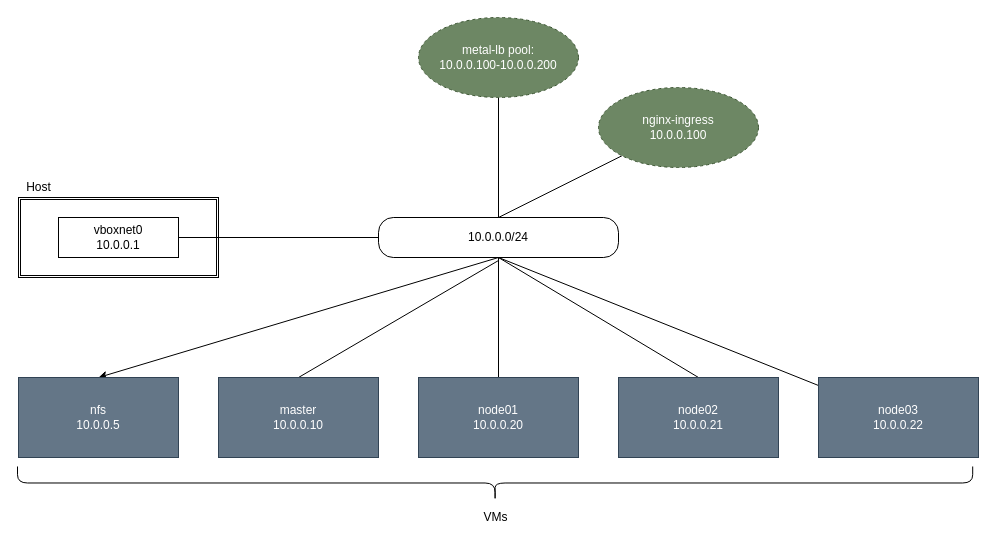
Earlier version of the draw.io diagram scheme/localk8s.drawio (fl64/localk8s). Source tidied: cells renumbered, new cells numbered last; positions are measured from the earlier drawing's top-left corner, leaving out a move shared by most shapes. Both pictures are drawn from the tidied source at 100%, with x=0, y=0 at pixel (18, 6).
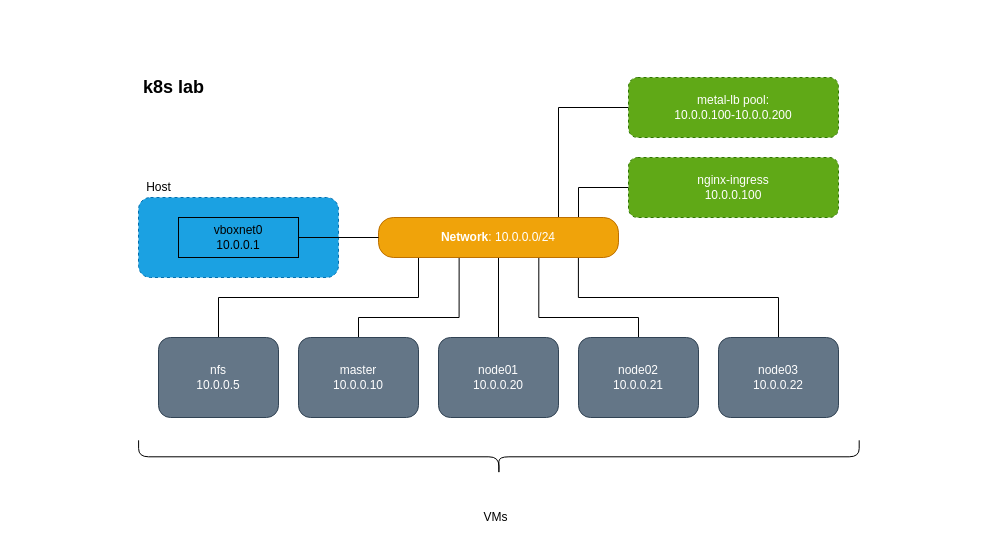
After the change.

What changed in the source:
```diff
@@
-    <mxCell id="2" style="shape=ext;double=1;rounded=0;whiteSpace=wrap;html=1;" parent="1" vertex="1">
-      <mxGeometry y="191" width="200" height="80" as="geometry" />
+    <mxCell id="2" style="shape=ext;double=0;rounded=1;whiteSpace=wrap;html=1;dashed=1;fillColor=#1ba1e2;strokeColor=#006EAF;fontColor=#ffffff;" parent="1" vertex="1">
+      <mxGeometry x="120" y="191" width="200" height="80" as="geometry" />
     </mxCell>
-    <mxCell id="3" style="rounded=0;jettySize=auto;html=1;exitX=0.5;exitY=0;exitDx=0;exitDy=0;endArrow=none;endFill=0;" parent="1" edge="1" source="4">
+    <mxCell id="3" style="rounded=0;jettySize=auto;html=1;exitX=0.5;exitY=0;exitDx=0;exitDy=0;endArrow=none;endFill=0;edgeStyle=orthogonalEdgeStyle;entryX=0.336;entryY=1.007;entryDx=0;entryDy=0;entryPerimeter=0;" parent="1" edge="1" source="4" target="12">
       <mxGeometry relative="1" as="geometry">
-        <mxPoint x="480" y="254" as="targetPoint" />
+        <Array as="points">
+          <mxPoint x="340" y="311" />
+          <mxPoint x="441" y="311" />
+          <mxPoint x="441" y="251" />
+        </Array>
       </mxGeometry>
     </mxCell>
-    <mxCell id="4" value="master&lt;br&gt;10.0.0.10" style="rounded=0;whiteSpace=wrap;html=1;fillColor=#647687;strokeColor=#314354;fontColor=#ffffff;" parent="1" vertex="1">
-      <mxGeometry x="200" y="371" width="160" height="80" as="geometry" />
+    <mxCell id="4" value="master&lt;br&gt;10.0.0.10" style="rounded=1;whiteSpace=wrap;html=1;fillColor=#647687;strokeColor=#314354;fontColor=#ffffff;" parent="1" vertex="1">
+      <mxGeometry x="280" y="331" width="120" height="80" as="geometry" />
     </mxCell>
-    <mxCell id="5" style="rounded=0;jettySize=auto;html=1;exitX=0.5;exitY=0;exitDx=0;exitDy=0;entryX=0.5;entryY=1;entryDx=0;entryDy=0;endArrow=none;endFill=0;" parent="1" edge="1" source="6" target="12">
+    <mxCell id="5" style="rounded=0;jettySize=auto;html=1;exitX=0.5;exitY=0;exitDx=0;exitDy=0;entryX=0.5;entryY=1;entryDx=0;entryDy=0;endArrow=none;endFill=0;edgeStyle=orthogonalEdgeStyle;" parent="1" edge="1" source="6" target="12">
       <mxGeometry relative="1" as="geometry" />
     </mxCell>
-    <mxCell id="6" value="node01&lt;br&gt;10.0.0.20" style="rounded=0;whiteSpace=wrap;html=1;fillColor=#647687;strokeColor=#314354;fontColor=#ffffff;" parent="1" vertex="1">
-      <mxGeometry x="400" y="371" width="160" height="80" as="geometry" />
+    <mxCell id="6" value="node01&lt;br&gt;10.0.0.20" style="rounded=1;whiteSpace=wrap;html=1;fillColor=#647687;strokeColor=#314354;fontColor=#ffffff;" parent="1" vertex="1">
+      <mxGeometry x="420" y="331" width="120" height="80" as="geometry" />
     </mxCell>
-    <mxCell id="7" style="rounded=0;jettySize=auto;html=1;exitX=0.5;exitY=0;exitDx=0;exitDy=0;endArrow=none;endFill=0;entryX=0.5;entryY=1;entryDx=0;entryDy=0;" parent="1" edge="1" source="8" target="12">
-      <mxGeometry relative="1" as="geometry" />
+    <mxCell id="7" style="rounded=0;jettySize=auto;html=1;exitX=0.5;exitY=0;exitDx=0;exitDy=0;endArrow=none;endFill=0;entryX=0.668;entryY=1;entryDx=0;entryDy=0;edgeStyle=orthogonalEdgeStyle;entryPerimeter=0;" parent="1" edge="1" source="8" target="12">
+      <mxGeometry relative="1" as="geometry">
+        <Array as="points">
+          <mxPoint x="620" y="311" />
+          <mxPoint x="520" y="311" />
+        </Array>
+      </mxGeometry>
     </mxCell>
-    <mxCell id="8" value="node02&lt;br&gt;10.0.0.21" style="rounded=0;whiteSpace=wrap;html=1;fillColor=#647687;strokeColor=#314354;fontColor=#ffffff;" parent="1" vertex="1">
-      <mxGeometry x="600" y="371" width="160" height="80" as="geometry" />
+    <mxCell id="8" value="node02&lt;br&gt;10.0.0.21" style="rounded=1;whiteSpace=wrap;html=1;fillColor=#647687;strokeColor=#314354;fontColor=#ffffff;" parent="1" vertex="1">
+      <mxGeometry x="560" y="331" width="120" height="80" as="geometry" />
     </mxCell>
-    <mxCell id="9" style="rounded=0;jettySize=auto;html=1;exitX=0.5;exitY=1;exitDx=0;exitDy=0;entryX=0.5;entryY=0;entryDx=0;entryDy=0;" parent="1" edge="1" source="12" target="18">
-      <mxGeometry relative="1" as="geometry" />
+    <mxCell id="9" style="rounded=0;jettySize=auto;html=1;exitX=0.5;exitY=1;exitDx=0;exitDy=0;entryX=0.5;entryY=0;entryDx=0;entryDy=0;edgeStyle=orthogonalEdgeStyle;endArrow=none;endFill=0;" parent="1" edge="1" source="12" target="18">
+      <mxGeometry relative="1" as="geometry">
+        <Array as="points">
+          <mxPoint x="400" y="251" />
+          <mxPoint x="400" y="291" />
+          <mxPoint x="200" y="291" />
+        </Array>
+      </mxGeometry>
     </mxCell>
+    <mxCell id="11" style="rounded=0;jettySize=auto;html=1;exitX=0.833;exitY=0.997;exitDx=0;exitDy=0;endArrow=none;endFill=0;edgeStyle=orthogonalEdgeStyle;exitPerimeter=0;" parent="1" edge="1" source="12" target="22">
+      <mxGeometry relative="1" as="geometry">
+        <Array as="points">
+          <mxPoint x="560" y="291" />
+          <mxPoint x="760" y="291" />
+        </Array>
+      </mxGeometry>
+    </mxCell>
+    <mxCell id="23" style="edgeStyle=orthogonalEdgeStyle;rounded=0;jettySize=auto;html=1;exitX=0.75;exitY=0;exitDx=0;exitDy=0;entryX=0;entryY=0.5;entryDx=0;entryDy=0;endArrow=none;endFill=0;" parent="1" edge="1" source="12" target="16">
+      <mxGeometry relative="1" as="geometry" />
+    </mxCell>
-    <mxCell id="10" style="rounded=0;jettySize=auto;html=1;exitX=0.5;exitY=0;exitDx=0;exitDy=0;entryX=0;entryY=1;entryDx=0;entryDy=0;endArrow=none;endFill=0;" parent="1" edge="1" source="12" target="19">
-      <mxGeometry relative="1" as="geometry" />
+    <mxCell id="10" style="edgeStyle=orthogonalEdgeStyle;rounded=0;jettySize=auto;html=1;exitX=0.75;exitY=0;exitDx=0;exitDy=0;entryX=0;entryY=0.5;entryDx=0;entryDy=0;endArrow=none;endFill=0;" parent="1" edge="1" source="12" target="19">
+      <mxGeometry relative="1" as="geometry">
+        <Array as="points">
+          <mxPoint x="560" y="211" />
+          <mxPoint x="560" y="181" />
+        </Array>
+      </mxGeometry>
     </mxCell>
-    <mxCell id="11" style="rounded=0;jettySize=auto;html=1;exitX=0.5;exitY=1;exitDx=0;exitDy=0;endArrow=none;endFill=0;" parent="1" edge="1" source="12" target="22">
-      <mxGeometry relative="1" as="geometry" />
-    </mxCell>
-    <mxCell id="12" value="10.0.0.0/24" style="rounded=1;whiteSpace=wrap;html=1;arcSize=37;" parent="1" vertex="1">
+    <mxCell id="12" value="&lt;b&gt;Network&lt;/b&gt;: 10.0.0.0/24" style="rounded=1;whiteSpace=wrap;html=1;arcSize=37;fillColor=#f0a30a;strokeColor=#BD7000;fontColor=#ffffff;" parent="1" vertex="1">
       <mxGeometry x="360" y="211" width="240" height="40" as="geometry" />
     </mxCell>
@@
-    <mxCell id="14" value="vboxnet0&lt;br&gt;10.0.0.1" style="rounded=0;whiteSpace=wrap;html=1;" parent="1" vertex="1">
-      <mxGeometry x="40" y="211" width="120" height="40" as="geometry" />
+    <mxCell id="14" value="vboxnet0&lt;br&gt;10.0.0.1" style="rounded=0;whiteSpace=wrap;html=1;fillColor=none;" parent="1" vertex="1">
+      <mxGeometry x="160" y="211" width="120" height="40" as="geometry" />
     </mxCell>
-    <mxCell id="15" style="rounded=0;jettySize=auto;html=1;exitX=0.5;exitY=1;exitDx=0;exitDy=0;entryX=0.5;entryY=0;entryDx=0;entryDy=0;startArrow=none;startFill=0;endArrow=none;endFill=0;" parent="1" edge="1" source="16" target="12">
-      <mxGeometry relative="1" as="geometry" />
-    </mxCell>
-    <mxCell id="16" value="metal-lb pool:&lt;br&gt;10.0.0.100-10.0.0.200" style="ellipse;whiteSpace=wrap;html=1;dashed=1;fillColor=#6d8764;strokeColor=#3A5431;fontColor=#ffffff;" parent="1" vertex="1">
-      <mxGeometry x="400" y="11" width="160" height="80" as="geometry" />
-    </mxCell>
     <mxCell id="17" value="Host" style="text;html=1;align=center;verticalAlign=middle;" parent="1" vertex="1">
-      <mxGeometry y="171" width="40" height="20" as="geometry" />
+      <mxGeometry x="120" y="171" width="40" height="20" as="geometry" />
     </mxCell>
-    <mxCell id="18" value="nfs&lt;br&gt;10.0.0.5" style="rounded=0;whiteSpace=wrap;html=1;fillColor=#647687;strokeColor=#314354;fontColor=#ffffff;" parent="1" vertex="1">
-      <mxGeometry y="371" width="160" height="80" as="geometry" />
+    <mxCell id="18" value="nfs&lt;br&gt;10.0.0.5" style="rounded=1;whiteSpace=wrap;html=1;fillColor=#647687;strokeColor=#314354;fontColor=#ffffff;" parent="1" vertex="1">
+      <mxGeometry x="140" y="331" width="120" height="80" as="geometry" />
     </mxCell>
-    <mxCell id="19" value="nginx-ingress&lt;br&gt;10.0.0.100" style="ellipse;whiteSpace=wrap;html=1;dashed=1;fillColor=#6d8764;strokeColor=#3A5431;fontColor=#ffffff;" parent="1" vertex="1">
-      <mxGeometry x="580" y="81" width="160" height="80" as="geometry" />
-    </mxCell>
     <mxCell id="20" style="shape=curlyBracket;whiteSpace=wrap;html=1;rounded=1;rotation=-90;size=0.5285714285714286;" parent="1" vertex="1">
-      <mxGeometry x="459.1" y="-0.1" width="35" height="955.2" as="geometry" />
+      <mxGeometry x="462.9" y="91" width="35" height="720.6" as="geometry" />
     </mxCell>
@@
-    <mxCell id="22" value="node03&lt;br&gt;10.0.0.22" style="rounded=0;whiteSpace=wrap;html=1;fillColor=#647687;strokeColor=#314354;fontColor=#ffffff;" parent="1" vertex="1">
-      <mxGeometry x="800" y="371" width="160" height="80" as="geometry" />
+    <mxCell id="22" value="node03&lt;br&gt;10.0.0.22" style="rounded=1;whiteSpace=wrap;html=1;fillColor=#647687;strokeColor=#314354;fontColor=#ffffff;" parent="1" vertex="1">
+      <mxGeometry x="700" y="331" width="120" height="80" as="geometry" />
     </mxCell>
+    <mxCell id="16" value="&lt;span style=&quot;color: rgb(255 , 255 , 255)&quot;&gt;metal-lb pool:&lt;/span&gt;&lt;br style=&quot;color: rgb(255 , 255 , 255)&quot;&gt;&lt;span style=&quot;color: rgb(255 , 255 , 255)&quot;&gt;10.0.0.100-10.0.0.200&lt;/span&gt;" style="rounded=1;whiteSpace=wrap;html=1;dashed=1;fillColor=#60a917;strokeColor=#2D7600;fontColor=#ffffff;" parent="1" vertex="1">
+      <mxGeometry x="610" y="71" width="210" height="60" as="geometry" />
+    </mxCell>
+    <mxCell id="19" value="&lt;span style=&quot;color: rgb(255 , 255 , 255)&quot;&gt;nginx-ingress&lt;/span&gt;&lt;br style=&quot;color: rgb(255 , 255 , 255)&quot;&gt;&lt;span style=&quot;color: rgb(255 , 255 , 255)&quot;&gt;10.0.0.100&lt;/span&gt;" style="rounded=1;whiteSpace=wrap;html=1;dashed=1;fillColor=#60a917;strokeColor=#2D7600;fontColor=#ffffff;" parent="1" vertex="1">
+      <mxGeometry x="610" y="151" width="210" height="60" as="geometry" />
+    </mxCell>
+    <mxCell id="24" value="&lt;font style=&quot;font-size: 18px&quot;&gt;k8s lab&lt;/font&gt;" style="text;html=1;align=center;verticalAlign=middle;fontStyle=1;" parent="1" vertex="1">
+      <mxGeometry x="115" y="71" width="80" height="20" as="geometry" />
+    </mxCell>
```
